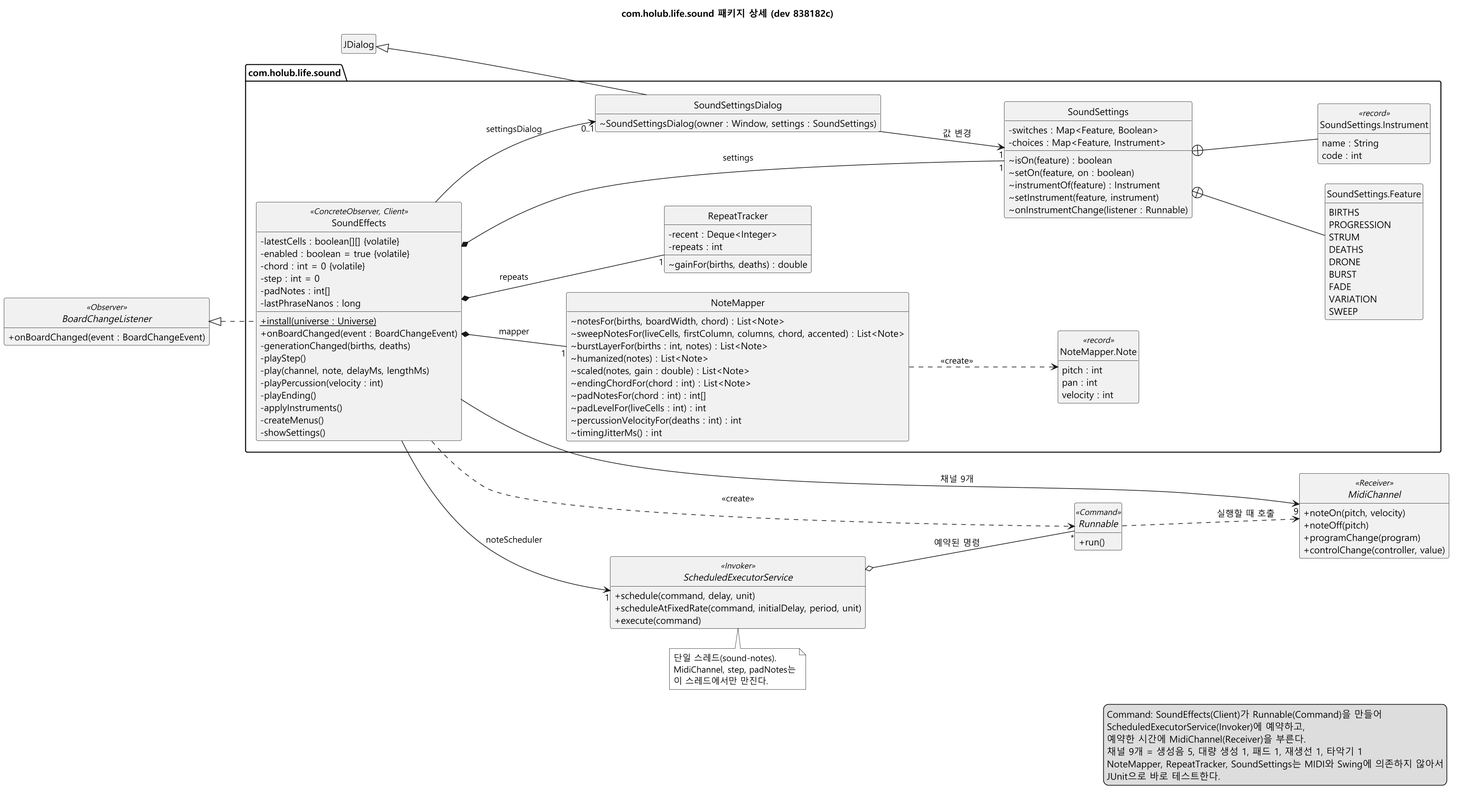
Before: docs/sound-effects/diagram/class-sound.png, a diagram exported from PlantUML (mckimR1972/DP_team_project). The source it was exported from:
```plantuml
@startuml class-sound
!pragma layout smetana
skinparam monochrome true
skinparam dpi 150
skinparam shadowing false
skinparam defaultFontName "Malgun Gothic"
skinparam classAttributeIconSize 0
hide circle
hide empty members
set separator none
left to right direction
skinparam ranksep 70
skinparam nodesep 30
title com.holub.life.sound 패키지 상세 (dev 838182c)

interface BoardChangeListener <<Observer>> {
  + onBoardChanged(event : BoardChangeEvent)
}

package "com.holub.life.sound" {
  class SoundEffects <<ConcreteObserver, Client>> {
    - latestCells : boolean[][] {volatile}
    - enabled : boolean = true {volatile}
    - chord : int = 0 {volatile}
    - step : int = 0
    - padNotes : int[]
    - lastPhraseNanos : long
    + {static} install(universe : Universe)
    + onBoardChanged(event : BoardChangeEvent)
    - generationChanged(births, deaths)
    - playStep()
    - play(channel, note, delayMs, lengthMs)
    - playPercussion(velocity : int)
    - playEnding()
    - applyInstruments()
    - createMenus()
    - showSettings()
  }

  class NoteMapper {
    ~ notesFor(births, boardWidth, chord) : List<Note>
    ~ sweepNotesFor(liveCells, firstColumn, columns, chord, accented) : List<Note>
    ~ burstLayerFor(births : int, notes) : List<Note>
    ~ humanized(notes) : List<Note>
    ~ scaled(notes, gain : double) : List<Note>
    ~ endingChordFor(chord : int) : List<Note>
    ~ padNotesFor(chord : int) : int[]
    ~ padLevelFor(liveCells : int) : int
    ~ percussionVelocityFor(deaths : int) : int
    ~ timingJitterMs() : int
  }

  class RepeatTracker {
    - recent : Deque<Integer>
    - repeats : int
    ~ gainFor(births, deaths) : double
  }

  class SoundSettings {
    - switches : Map<Feature, Boolean>
    - choices : Map<Feature, Instrument>
    ~ isOn(feature) : boolean
    ~ setOn(feature, on : boolean)
    ~ instrumentOf(feature) : Instrument
    ~ setInstrument(feature, instrument)
    ~ onInstrumentChange(listener : Runnable)
  }

  class SoundSettingsDialog {
    ~ SoundSettingsDialog(owner : Window, settings : SoundSettings)
  }

  class "NoteMapper.Note" as Note <<record>> {
    pitch : int
    pan : int
    velocity : int
  }

  enum "SoundSettings.Feature" as Feature {
    BIRTHS
    PROGRESSION
    STRUM
    DEATHS
    DRONE
    BURST
    FADE
    VARIATION
    SWEEP
  }

  class "SoundSettings.Instrument" as Instrument <<record>> {
    name : String
    code : int
  }
}

interface ScheduledExecutorService <<Invoker>> {
  + schedule(command, delay, unit)
  + scheduleAtFixedRate(command, initialDelay, period, unit)
  + execute(command)
}

interface Runnable <<Command>> {
  + run()
}

interface MidiChannel <<Receiver>> {
  + noteOn(pitch, velocity)
  + noteOff(pitch)
  + programChange(program)
  + controlChange(controller, value)
}

class JDialog

BoardChangeListener <|.. SoundEffects

SoundEffects *-- "1" NoteMapper : mapper
SoundEffects *-- "1" RepeatTracker : repeats
SoundEffects *-- "1" SoundSettings : settings
SoundEffects --> "0..1" SoundSettingsDialog : settingsDialog
SoundEffects --> "1" ScheduledExecutorService : noteScheduler
SoundEffects --> "9" MidiChannel : 채널 9개
SoundEffects ..> Runnable : <<create>>

NoteMapper ..> Note : <<create>>
SoundSettings +-- Feature
SoundSettings +-- Instrument
SoundSettingsDialog --> "1" SoundSettings : 값 변경
JDialog <|-- SoundSettingsDialog
ScheduledExecutorService o-- "*" Runnable : 예약된 명령
Runnable ..> MidiChannel : 실행할 때 호출

note bottom of ScheduledExecutorService
  단일 스레드(sound-notes).
  MidiChannel, step, padNotes는
  이 스레드에서만 만진다.
end note

legend right
  Command: SoundEffects(Client)가 Runnable(Command)을 만들어
  ScheduledExecutorService(Invoker)에 예약하고,
  예약한 시간에 MidiChannel(Receiver)을 부른다.
  채널 9개 = 생성음 5, 대량 생성 1, 패드 1, 재생선 1, 타악기 1
  NoteMapper, RepeatTracker, SoundSettings는 MIDI와 Swing에 의존하지 않아서
  JUnit으로 바로 테스트한다.
endlegend
@enduml
```
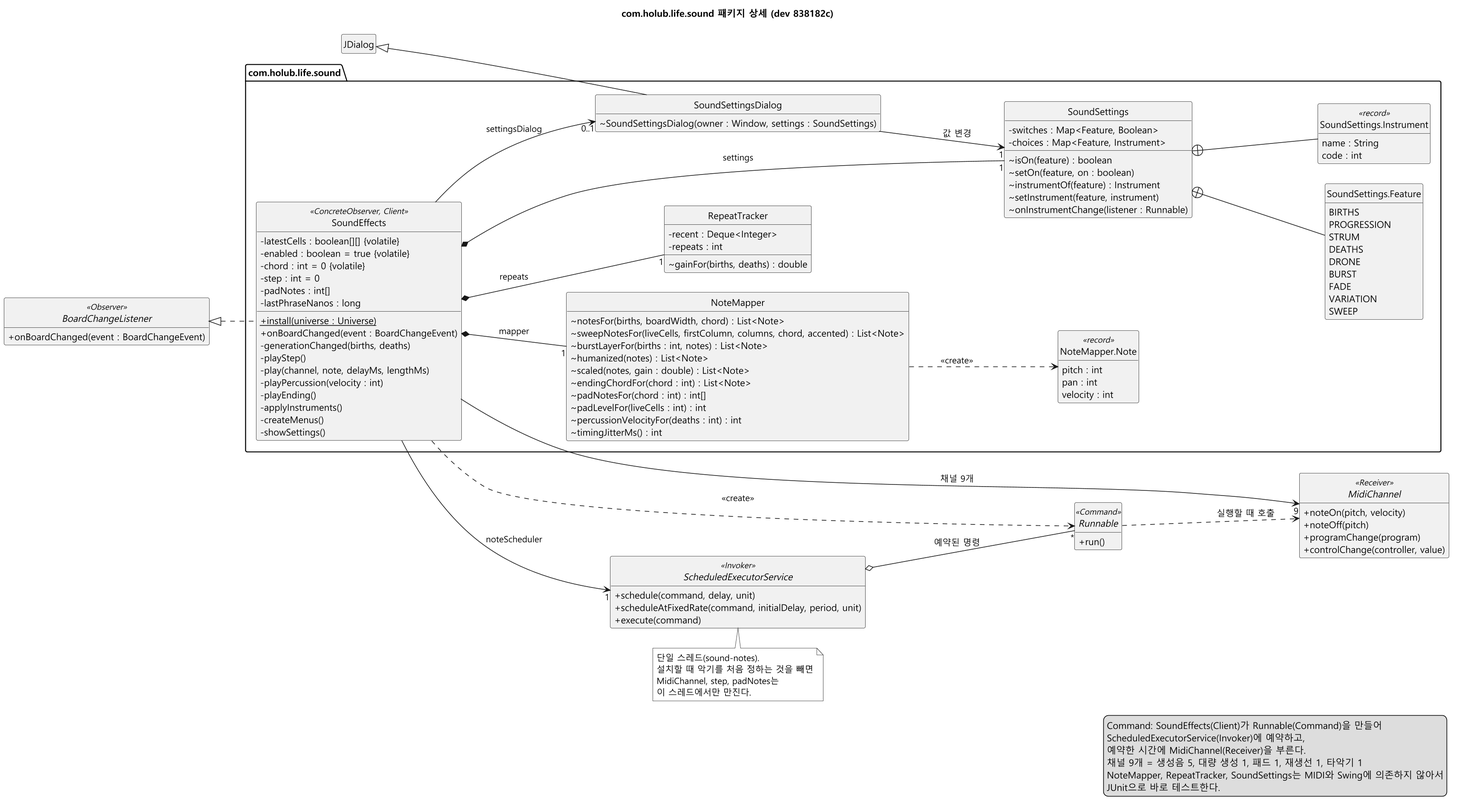
The same diagram one commit later.

Commit message:
docs(sound): 기능 명세를 코드와 맞추고 읽기 쉽게 다시 씀

The edit, as a diff of the source:
```diff
@@ -133,6 +133,7 @@
 
 note bottom of ScheduledExecutorService
   단일 스레드(sound-notes).
+  설치할 때 악기를 처음 정하는 것을 빼면
   MidiChannel, step, padNotes는
   이 스레드에서만 만진다.
 end note
```
